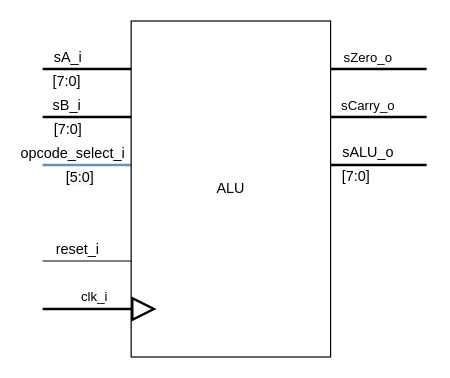
The draw.io diagram Blockbeschreibungen/ALU_beschreibung.drawio in graefjk/RO2, before the edit. Source tidied: cells renumbered, new cells numbered last; positions are measured from the earlier drawing's top-left corner, leaving out a move shared by most shapes. Both pictures are drawn from the tidied source at 120%, with x=0, y=0 at pixel (42, 20).
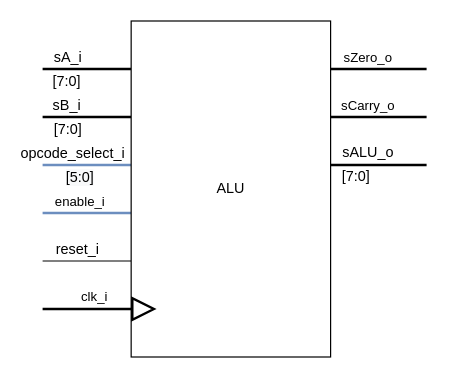
The same diagram, later.

Commit message (it also covers changes not shown here):
fehlende enable in Bildern hinzugefügt

Unchanged cells that the change refers to:
```xml
<mxCell id="20" value="ALU" style="rounded=0;whiteSpace=wrap;html=1;rotation=0;" parent="1" vertex="1">
  <mxGeometry x="73.8" width="166.2" height="280" as="geometry" />
</mxCell>
```

What changed in the source:
```diff
@@
+    <mxCell id="22" style="edgeStyle=orthogonalEdgeStyle;rounded=0;jettySize=auto;html=1;strokeWidth=2;fillColor=#dae8fc;strokeColor=#6c8ebf;endArrow=none;endFill=0;" parent="1" edge="1" source="20">
+      <mxGeometry relative="1" as="geometry">
+        <mxPoint y="160" as="targetPoint" />
+        <Array as="points">
+          <mxPoint y="160" />
+        </Array>
+      </mxGeometry>
+    </mxCell>
+    <mxCell id="23" value="enable_i" style="edgeLabel;html=1;align=center;verticalAlign=middle;" parent="22" vertex="1">
+      <mxGeometry x="0.84" y="1" relative="1" as="geometry">
+        <mxPoint x="24.2" y="-11" as="offset" />
+      </mxGeometry>
+    </mxCell>
```
